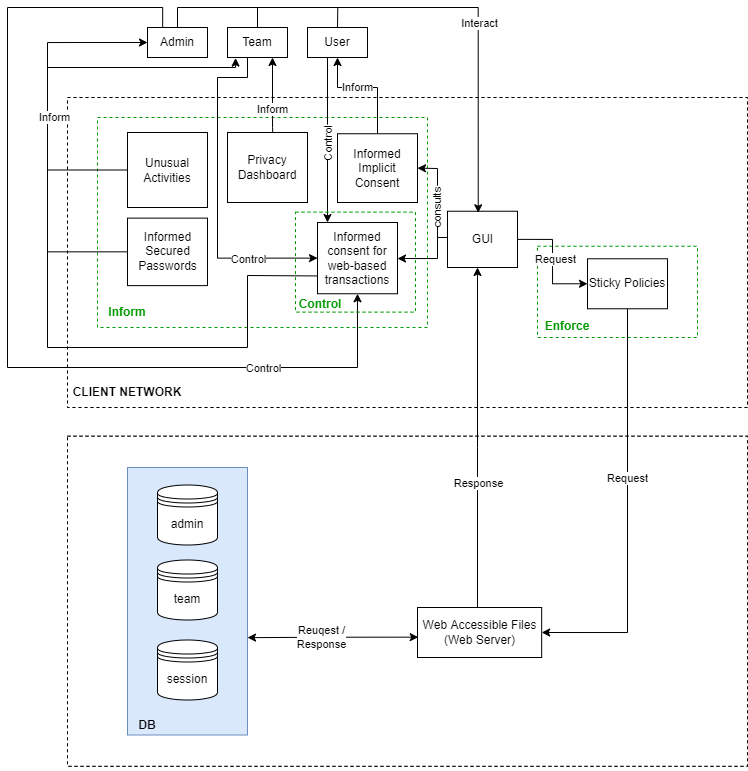
Before: Process_Oriented_Strategies_class_diagram.drawio.png, a diagram exported from draw.io (claudialorusso/CivicSense). Source tidied: cells renumbered, new cells last; positions are measured from the earlier drawing's top-left corner, leaving out a move shared by most shapes.
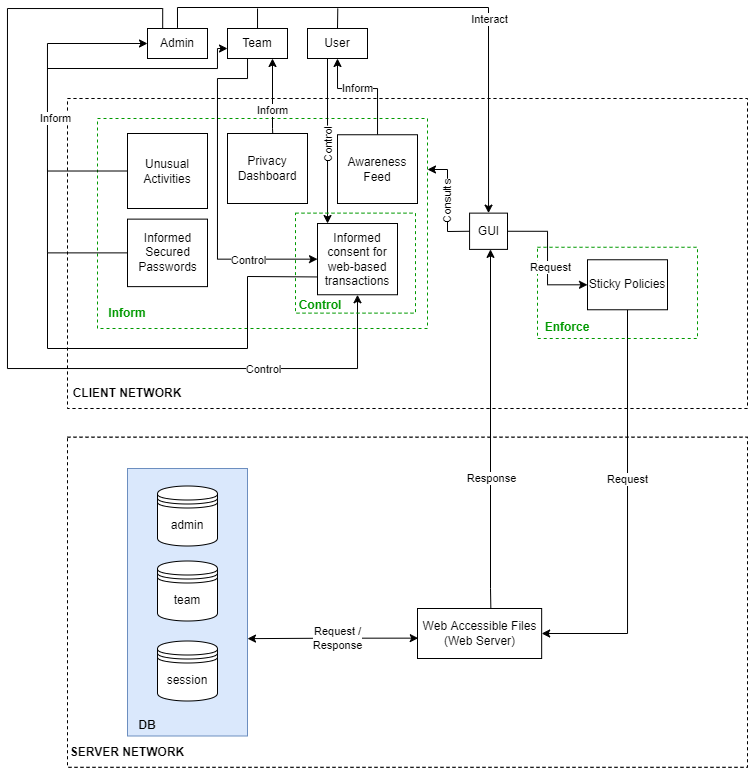
After the commit.

What changed in the source:
```diff
@@ -168,30 +168,22 @@
     <mxCell id="44" style="horizontal=0;dashed=1;fontColor=#000000;strokeColor=#000000;fillColor=default;" parent="1" vertex="1">
       <mxGeometry x="60" y="90" width="680" height="310" as="geometry" />
     </mxCell>
-    <mxCell id="45" style="rounded=0;whiteSpace=wrap;html=1;fillColor=none;dashed=1;strokeColor=#009900;" parent="1" vertex="1">
+    <mxCell id="45" style="rounded=0;whiteSpace=wrap;html=1;fillColor=none;strokeColor=#009900;dashed=1;" parent="1" vertex="1">
       <mxGeometry x="90" y="110" width="330" height="210" as="geometry" />
     </mxCell>
-    <mxCell id="46" style="edgeStyle=orthogonalEdgeStyle;rounded=0;jettySize=auto;html=1;fontColor=#000000;startArrow=classic;startFill=1;endArrow=none;endFill=0;" parent="1" edge="1" source="49" target="78">
+    <mxCell id="46" style="edgeStyle=orthogonalEdgeStyle;rounded=0;jettySize=auto;html=1;fontColor=#000000;startArrow=classic;startFill=1;endArrow=none;endFill=0;entryX=0.591;entryY=0.026;entryDx=0;entryDy=0;entryPerimeter=0;" parent="1" edge="1" source="49" target="78">
       <mxGeometry relative="1" as="geometry">
         <Array as="points">
-          <mxPoint x="470" y="440" />
-          <mxPoint x="470" y="440" />
+          <mxPoint x="483" y="580" />
+          <mxPoint x="483" y="580" />
         </Array>
       </mxGeometry>
     </mxCell>
     <mxCell id="47" value="Response" style="edgeLabel;html=1;align=center;verticalAlign=middle;fontColor=#000000;" parent="46" vertex="1">
       <mxGeometry x="0.27" y="1" relative="1" as="geometry" />
     </mxCell>
-    <mxCell id="48" style="edgeStyle=orthogonalEdgeStyle;rounded=0;jettySize=auto;html=1;endArrow=classic;endFill=1;" parent="1" edge="1" source="49" target="95">
-      <mxGeometry relative="1" as="geometry">
-        <Array as="points">
-          <mxPoint x="430" y="230" />
-          <mxPoint x="430" y="251" />
-        </Array>
-      </mxGeometry>
-    </mxCell>
     <mxCell id="49" value="GUI" style="html=1;" parent="1" vertex="1">
-      <mxGeometry x="440" y="203.7" width="70" height="56.3" as="geometry" />
+      <mxGeometry x="462.1" y="204.6" width="37.9" height="36.3" as="geometry" />
     </mxCell>
     <mxCell id="50" style="edgeStyle=orthogonalEdgeStyle;rounded=0;jettySize=auto;html=1;startArrow=none;startFill=0;endArrow=none;endFill=0;" parent="1" edge="1" source="51">
       <mxGeometry relative="1" as="geometry">
@@ -214,7 +206,7 @@
         <mxPoint x="-11" y="-3" as="offset" />
       </mxGeometry>
     </mxCell>
-    <mxCell id="54" value="Informed Implicit Consent" style="rounded=0;whiteSpace=wrap;html=1;" parent="1" vertex="1">
+    <mxCell id="54" value="Awareness Feed" style="rounded=0;whiteSpace=wrap;html=1;" parent="1" vertex="1">
       <mxGeometry x="330" y="126.2" width="80" height="68.8" as="geometry" />
     </mxCell>
     <mxCell id="55" style="edgeStyle=orthogonalEdgeStyle;rounded=0;jettySize=auto;html=1;exitX=0.5;exitY=0;exitDx=0;exitDy=0;fontColor=#009900;startArrow=none;startFill=0;endArrow=none;endFill=0;" parent="1" edge="1" source="56">
@@ -225,16 +217,6 @@
     <mxCell id="56" value="User" style="rounded=0;whiteSpace=wrap;html=1;" parent="1" vertex="1">
       <mxGeometry x="300" y="20" width="60" height="30" as="geometry" />
     </mxCell>
-    <mxCell id="57" style="edgeStyle=orthogonalEdgeStyle;rounded=0;jettySize=auto;html=1;fontColor=#009900;startArrow=none;startFill=0;endArrow=classic;endFill=1;entryX=0.439;entryY=0.027;entryDx=0;entryDy=0;entryPerimeter=0;" parent="1" edge="1" source="61" target="49">
-      <mxGeometry relative="1" as="geometry">
-        <Array as="points">
-          <mxPoint x="471" />
-        </Array>
-      </mxGeometry>
-    </mxCell>
-    <mxCell id="58" value="&lt;font color=&quot;#000000&quot;&gt;Interact&lt;/font&gt;" style="edgeLabel;html=1;align=center;verticalAlign=middle;fontColor=#009900;" parent="57" vertex="1">
-      <mxGeometry x="0.28" y="1" relative="1" as="geometry" />
-    </mxCell>
     <mxCell id="59" style="edgeStyle=orthogonalEdgeStyle;rounded=0;jettySize=auto;html=1;exitX=0.253;exitY=0.032;exitDx=0;exitDy=0;endArrow=classic;endFill=1;entryX=0.5;entryY=1;entryDx=0;entryDy=0;exitPerimeter=0;" parent="1" edge="1" source="61" target="95">
       <mxGeometry relative="1" as="geometry">
         <Array as="points">
@@ -264,12 +246,12 @@
         <mxPoint x="-1" y="3" as="offset" />
       </mxGeometry>
     </mxCell>
-    <mxCell id="64" style="edgeStyle=orthogonalEdgeStyle;rounded=0;jettySize=auto;html=1;fontColor=#009900;startArrow=classic;startFill=1;endArrow=none;endFill=0;exitX=0.135;exitY=1.019;exitDx=0;exitDy=0;exitPerimeter=0;" parent="1" edge="1" source="66">
+    <mxCell id="64" style="edgeStyle=orthogonalEdgeStyle;rounded=0;jettySize=auto;html=1;fontColor=#009900;startArrow=classic;startFill=1;endArrow=none;endFill=0;exitX=0;exitY=0.667;exitDx=0;exitDy=0;exitPerimeter=0;" parent="1" edge="1" source="66">
       <mxGeometry relative="1" as="geometry">
         <mxPoint x="40" y="60" as="targetPoint" />
         <Array as="points">
-          <mxPoint x="228" y="60" />
-          <mxPoint x="40" y="60" />
+          <mxPoint x="210" y="40" />
+          <mxPoint x="210" y="60" />
         </Array>
       </mxGeometry>
     </mxCell>
@@ -319,9 +301,9 @@
     <mxCell id="76" style="edgeStyle=orthogonalEdgeStyle;rounded=0;jettySize=auto;html=1;fontColor=#000000;startArrow=classic;startFill=1;endArrow=classic;endFill=1;startSize=6;endSize=6;exitX=0.006;exitY=0.593;exitDx=0;exitDy=0;entryX=1;entryY=0.636;entryDx=0;entryDy=0;entryPerimeter=0;exitPerimeter=0;" parent="1" edge="1" source="78" target="43">
       <mxGeometry relative="1" as="geometry" />
     </mxCell>
-    <mxCell id="77" value="Reuqest /&lt;br&gt;Response" style="edgeLabel;html=1;align=center;verticalAlign=middle;fontColor=#000000;" parent="76" vertex="1">
+    <mxCell id="77" value="Request /&lt;br&gt;Response" style="edgeLabel;html=1;align=center;verticalAlign=middle;fontColor=#000000;" parent="76" vertex="1">
       <mxGeometry x="0.22" relative="1" as="geometry">
-        <mxPoint x="7" as="offset" />
+        <mxPoint x="23" as="offset" />
       </mxGeometry>
     </mxCell>
     <mxCell id="78" value="Web Accessible Files&lt;br&gt;(Web Server)" style="html=1;" parent="1" vertex="1">
@@ -390,7 +372,7 @@
     </mxCell>
     <mxCell id="92" value="Request" style="edgeLabel;html=1;align=center;verticalAlign=middle;fontColor=#000000;" parent="91" vertex="1">
       <mxGeometry x="0.24" relative="1" as="geometry">
-        <mxPoint x="3" y="11" as="offset" />
+        <mxPoint x="3" y="25" as="offset" />
       </mxGeometry>
     </mxCell>
     <mxCell id="93" value="Sticky Policies" style="rounded=0;whiteSpace=wrap;html=1;fontColor=#000000;strokeColor=#000000;fillColor=default;" parent="1" vertex="1">
@@ -409,18 +391,35 @@
     <mxCell id="95" value="Informed consent for&lt;br&gt;web-based&lt;br&gt;transactions" style="rounded=0;whiteSpace=wrap;html=1;" parent="1" vertex="1">
       <mxGeometry x="310" y="215" width="80" height="71.2" as="geometry" />
     </mxCell>
-    <mxCell id="96" style="endArrow=classic;html=1;rounded=0;entryX=1;entryY=0.5;entryDx=0;entryDy=0;" parent="1" edge="1" target="54">
+    <mxCell id="96" style="endArrow=classic;html=1;rounded=0;exitX=0;exitY=0.5;exitDx=0;exitDy=0;" parent="1" edge="1" source="49">
       <mxGeometry relative="1" as="geometry">
-        <mxPoint x="430" y="230" as="sourcePoint" />
+        <mxPoint x="420" y="161" as="targetPoint" />
         <Array as="points">
-          <mxPoint x="430" y="161" />
+          <mxPoint x="440" y="223" />
+          <mxPoint x="440" y="180" />
+          <mxPoint x="440" y="161" />
         </Array>
       </mxGeometry>
     </mxCell>
-    <mxCell id="97" value="consults" style="edgeLabel;html=1;align=center;verticalAlign=middle;rotation=-90;" parent="96" vertex="1">
+    <mxCell id="97" value="Consults" style="edgeLabel;html=1;align=center;verticalAlign=middle;rotation=-90;" parent="96" vertex="1">
       <mxGeometry x="-0.41" relative="1" as="geometry">
-        <mxPoint y="-4" as="offset" />
+        <mxPoint y="-22" as="offset" />
       </mxGeometry>
     </mxCell>
+    <mxCell id="98" style="edgeStyle=orthogonalEdgeStyle;rounded=0;jettySize=auto;html=1;fontColor=#009900;startArrow=none;startFill=0;endArrow=classic;endFill=1;entryX=0.5;entryY=0;entryDx=0;entryDy=0;" parent="1" edge="1" target="49">
+      <mxGeometry relative="1" as="geometry">
+        <mxPoint x="170" y="19.4" as="sourcePoint" />
+        <Array as="points">
+          <mxPoint x="170" y="-1" />
+          <mxPoint x="481" y="-1" />
+        </Array>
+      </mxGeometry>
+    </mxCell>
+    <mxCell id="58" value="&lt;font color=&quot;#000000&quot;&gt;Interact&lt;/font&gt;" style="edgeLabel;html=1;align=center;verticalAlign=middle;fontColor=#009900;" parent="98" vertex="1">
+      <mxGeometry x="0.28" y="1" relative="1" as="geometry" />
+    </mxCell>
+    <mxCell id="99" value="&lt;b&gt;SERVER NETWORK&lt;/b&gt;" style="text;html=1;strokeColor=none;fillColor=none;align=center;verticalAlign=middle;whiteSpace=wrap;rounded=0;dashed=1;fontColor=#000000;" parent="1" vertex="1">
+      <mxGeometry x="60" y="728.8" width="120" height="30" as="geometry" />
+    </mxCell>
   </root>
 </mxGraphModel>
```
